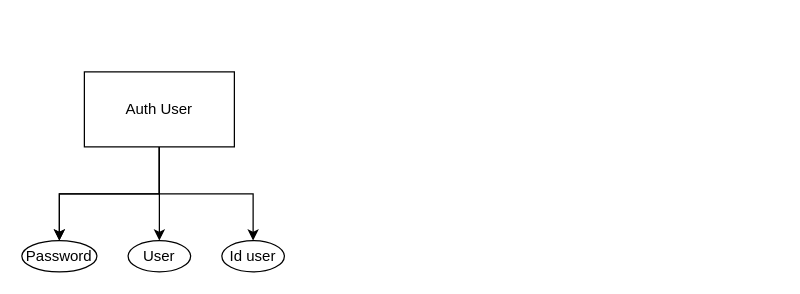
Earlier version of the draw.io diagram Diagrama sin título.drawio (Rich1308/Proyecto-Fashion-like). Source tidied: cells renumbered, new cells numbered last; positions are measured from the earlier drawing's top-left corner, leaving out a move shared by most shapes. Both pictures are drawn from the tidied source at 125%, with x=0, y=0 at pixel (21, 71).
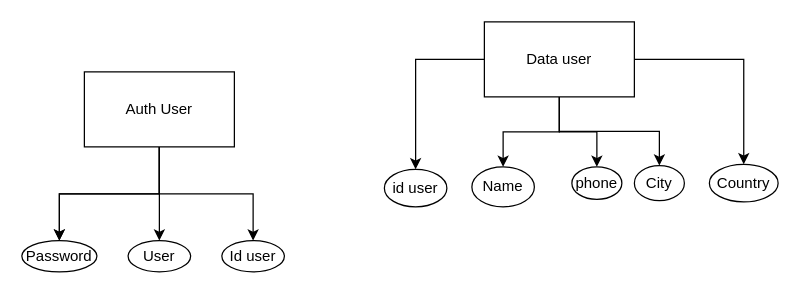
Above is the later version.

Commit message:
Creada tabla de autenticación y  la de datos del cliente.drawio

What changed in the source:
```diff
@@
+    <mxCell id="10" style="edgeStyle=orthogonalEdgeStyle;rounded=0;jettySize=auto;html=1;" parent="1" edge="1" source="15" target="16">
+      <mxGeometry relative="1" as="geometry" />
+    </mxCell>
+    <mxCell id="11" style="edgeStyle=orthogonalEdgeStyle;rounded=0;jettySize=auto;html=1;entryX=0.5;entryY=0;entryDx=0;entryDy=0;" parent="1" edge="1" source="15" target="17">
+      <mxGeometry relative="1" as="geometry" />
+    </mxCell>
+    <mxCell id="12" style="edgeStyle=orthogonalEdgeStyle;rounded=0;jettySize=auto;html=1;entryX=0.5;entryY=0;entryDx=0;entryDy=0;" parent="1" edge="1" source="15" target="18">
+      <mxGeometry relative="1" as="geometry" />
+    </mxCell>
+    <mxCell id="13" style="edgeStyle=orthogonalEdgeStyle;rounded=0;jettySize=auto;html=1;entryX=0.5;entryY=0;entryDx=0;entryDy=0;" parent="1" edge="1" source="15" target="19">
+      <mxGeometry relative="1" as="geometry" />
+    </mxCell>
+    <mxCell id="14" style="edgeStyle=orthogonalEdgeStyle;rounded=0;jettySize=auto;html=1;" parent="1" edge="1" source="15" target="20">
+      <mxGeometry relative="1" as="geometry" />
+    </mxCell>
+    <mxCell id="15" value="Data user" style="rounded=0;whiteSpace=wrap;html=1;" parent="1" vertex="1">
+      <mxGeometry x="370" y="-40" width="120" height="60" as="geometry" />
+    </mxCell>
+    <mxCell id="16" value="id user" style="ellipse;whiteSpace=wrap;html=1;" parent="1" vertex="1">
+      <mxGeometry x="290" y="78" width="50" height="30" as="geometry" />
+    </mxCell>
+    <mxCell id="17" value="Name" style="ellipse;whiteSpace=wrap;html=1;" parent="1" vertex="1">
+      <mxGeometry x="360" y="76" width="50" height="32" as="geometry" />
+    </mxCell>
+    <mxCell id="18" value="phone" style="ellipse;whiteSpace=wrap;html=1;" parent="1" vertex="1">
+      <mxGeometry x="440" y="76" width="40" height="26" as="geometry" />
+    </mxCell>
+    <mxCell id="19" value="City" style="ellipse;whiteSpace=wrap;html=1;" parent="1" vertex="1">
+      <mxGeometry x="490" y="75" width="40" height="28" as="geometry" />
+    </mxCell>
+    <mxCell id="20" value="Country" style="ellipse;whiteSpace=wrap;html=1;" parent="1" vertex="1">
+      <mxGeometry x="550" y="74" width="55" height="30" as="geometry" />
+    </mxCell>
```
